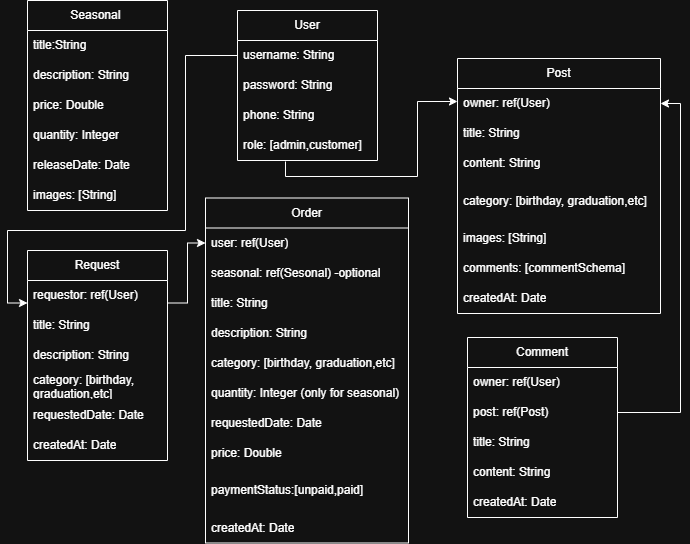
This is public/images/ArtBakeryERD.drawio.png from HawraMohammed/ArtBakery-frontend, a draw.io export, as it was before one commit. Source tidied: cells renumbered, new cells last; positions are measured from the earlier drawing's top-left corner, leaving out a move shared by most shapes.
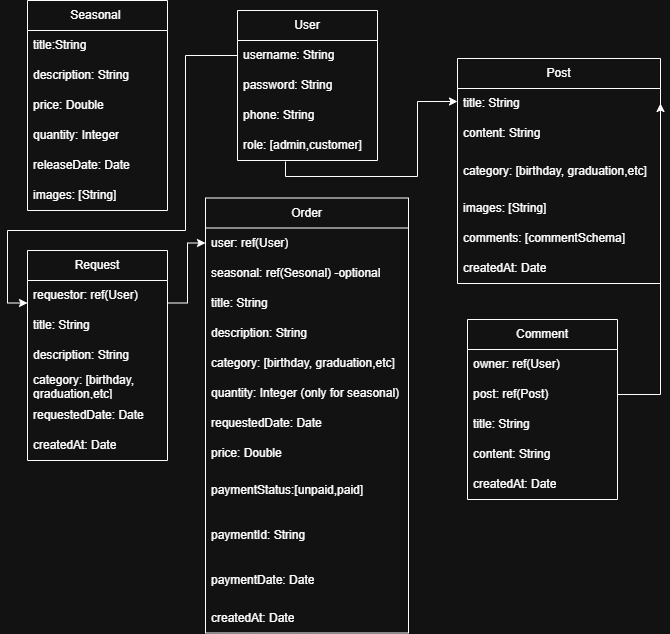
Above is the later version.

What changed in the source:
```diff
@@ -53,7 +53,7 @@
       <mxGeometry y="180" width="140" height="30" as="geometry" />
     </mxCell>
     <mxCell id="16" value="Order" style="swimlane;fontStyle=0;horizontal=1;startSize=30;whiteSpace=wrap;html=1;" parent="1" vertex="1">
-      <mxGeometry x="198" y="197.5" width="203" height="345" as="geometry" />
+      <mxGeometry x="198" y="197.5" width="203" height="435" as="geometry" />
     </mxCell>
     <mxCell id="17" value="user: ref(User)" style="text;strokeColor=none;fillColor=none;align=left;verticalAlign=middle;spacingLeft=4;spacingRight=4;overflow=hidden;points=[[0,0.5],[1,0.5]];portConstraint=eastwest;whiteSpace=wrap;html=1;" parent="16" vertex="1">
       <mxGeometry y="30" width="203" height="30" as="geometry" />
@@ -82,35 +82,38 @@
     <mxCell id="25" value="paymentStatus:[unpaid,paid]" style="text;strokeColor=none;fillColor=none;align=left;verticalAlign=middle;spacingLeft=4;spacingRight=4;overflow=hidden;whiteSpace=wrap;html=1;" parent="16" vertex="1">
       <mxGeometry y="270" width="203" height="45" as="geometry" />
     </mxCell>
+    <mxCell id="50" value="paymentId: String" style="text;strokeColor=none;fillColor=none;align=left;verticalAlign=middle;spacingLeft=4;spacingRight=4;overflow=hidden;whiteSpace=wrap;html=1;" parent="16" vertex="1">
+      <mxGeometry y="315" width="203" height="45" as="geometry" />
+    </mxCell>
+    <mxCell id="51" value="paymentDate: Date" style="text;strokeColor=none;fillColor=none;align=left;verticalAlign=middle;spacingLeft=4;spacingRight=4;overflow=hidden;whiteSpace=wrap;html=1;" parent="16" vertex="1">
+      <mxGeometry y="360" width="203" height="45" as="geometry" />
+    </mxCell>
     <mxCell id="26" value="createdAt: Date" style="text;strokeColor=none;fillColor=none;align=left;verticalAlign=middle;spacingLeft=4;spacingRight=4;overflow=hidden;whiteSpace=wrap;html=1;" parent="16" vertex="1">
-      <mxGeometry y="315" width="203" height="30" as="geometry" />
+      <mxGeometry y="405" width="203" height="30" as="geometry" />
     </mxCell>
     <mxCell id="27" value="Post" style="swimlane;fontStyle=0;horizontal=1;startSize=30;whiteSpace=wrap;html=1;" parent="1" vertex="1">
-      <mxGeometry x="450" y="58" width="203" height="255" as="geometry" />
+      <mxGeometry x="450" y="58" width="203" height="225" as="geometry" />
     </mxCell>
-    <mxCell id="28" value="owner: ref(User)" style="text;strokeColor=none;fillColor=none;align=left;verticalAlign=middle;spacingLeft=4;spacingRight=4;overflow=hidden;points=[[0,0.5],[1,0.5]];portConstraint=eastwest;whiteSpace=wrap;html=1;" parent="27" vertex="1">
-      <mxGeometry y="30" width="203" height="30" as="geometry" />
-    </mxCell>
     <mxCell id="29" value="title: String&amp;nbsp;" style="text;strokeColor=none;fillColor=none;align=left;verticalAlign=middle;spacingLeft=4;spacingRight=4;overflow=hidden;whiteSpace=wrap;html=1;" parent="27" vertex="1">
-      <mxGeometry y="60" width="203" height="30" as="geometry" />
+      <mxGeometry y="30" width="203" height="30" as="geometry" />
     </mxCell>
     <mxCell id="30" value="content: String" style="text;strokeColor=none;fillColor=none;align=left;verticalAlign=middle;spacingLeft=4;spacingRight=4;overflow=hidden;whiteSpace=wrap;html=1;" parent="27" vertex="1">
-      <mxGeometry y="90" width="203" height="30" as="geometry" />
+      <mxGeometry y="60" width="203" height="30" as="geometry" />
     </mxCell>
     <mxCell id="31" value="category: [birthday, graduation,etc]&amp;nbsp;" style="text;strokeColor=none;fillColor=none;align=left;verticalAlign=middle;spacingLeft=4;spacingRight=4;overflow=hidden;whiteSpace=wrap;html=1;" parent="27" vertex="1">
-      <mxGeometry y="120" width="203" height="45" as="geometry" />
+      <mxGeometry y="90" width="203" height="45" as="geometry" />
     </mxCell>
     <mxCell id="32" value="images: [String]" style="text;strokeColor=none;fillColor=none;align=left;verticalAlign=middle;spacingLeft=4;spacingRight=4;overflow=hidden;whiteSpace=wrap;html=1;" parent="27" vertex="1">
-      <mxGeometry y="165" width="203" height="30" as="geometry" />
+      <mxGeometry y="135" width="203" height="30" as="geometry" />
     </mxCell>
     <mxCell id="33" value="comments: [commentSchema]" style="text;strokeColor=none;fillColor=none;align=left;verticalAlign=middle;spacingLeft=4;spacingRight=4;overflow=hidden;whiteSpace=wrap;html=1;" parent="27" vertex="1">
-      <mxGeometry y="195" width="203" height="30" as="geometry" />
+      <mxGeometry y="165" width="203" height="30" as="geometry" />
     </mxCell>
     <mxCell id="34" value="createdAt: Date" style="text;strokeColor=none;fillColor=none;align=left;verticalAlign=middle;spacingLeft=4;spacingRight=4;overflow=hidden;whiteSpace=wrap;html=1;" parent="27" vertex="1">
-      <mxGeometry y="225" width="203" height="30" as="geometry" />
+      <mxGeometry y="195" width="203" height="30" as="geometry" />
     </mxCell>
     <mxCell id="35" value="Comment" style="swimlane;fontStyle=0;horizontal=1;startSize=30;whiteSpace=wrap;html=1;" parent="1" vertex="1">
-      <mxGeometry x="460" y="337" width="150" height="180" as="geometry" />
+      <mxGeometry x="460" y="319" width="150" height="180" as="geometry" />
     </mxCell>
     <mxCell id="36" value="owner: ref(User)" style="text;strokeColor=none;fillColor=none;align=left;verticalAlign=middle;spacingLeft=4;spacingRight=4;overflow=hidden;whiteSpace=wrap;html=1;" parent="35" vertex="1">
       <mxGeometry y="30" width="150" height="30" as="geometry" />
@@ -158,8 +161,10 @@
         </Array>
       </mxGeometry>
     </mxCell>
-    <mxCell id="49" style="edgeStyle=orthogonalEdgeStyle;rounded=0;jettySize=auto;html=1;entryX=1;entryY=0.5;entryDx=0;entryDy=0;" parent="1" edge="1" source="37" target="28">
-      <mxGeometry relative="1" as="geometry" />
+    <mxCell id="49" style="edgeStyle=orthogonalEdgeStyle;rounded=0;jettySize=auto;html=1;entryX=1;entryY=0.5;entryDx=0;entryDy=0;" parent="1" edge="1" source="37">
+      <mxGeometry relative="1" as="geometry">
+        <mxPoint x="653" y="103" as="targetPoint" />
+      </mxGeometry>
     </mxCell>
   </root>
 </mxGraphModel>
```
